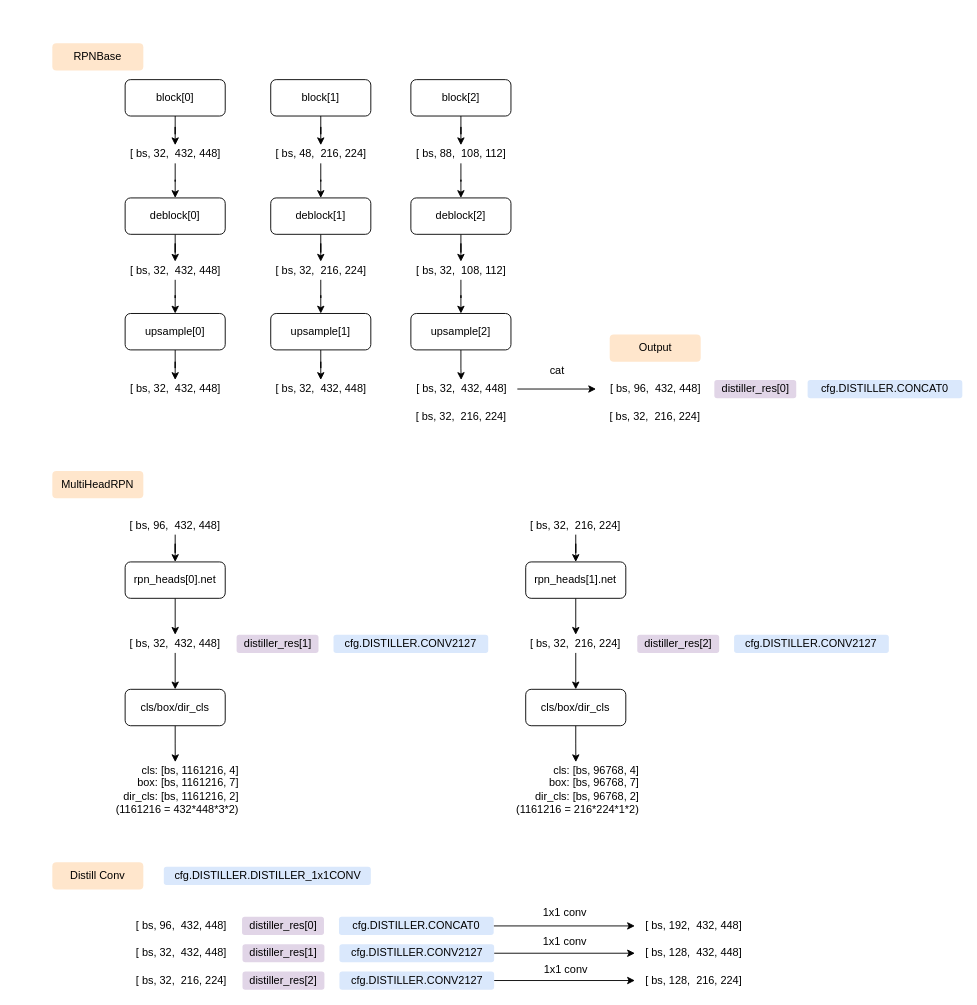
The draw.io diagram rpnbase_fpnv2.drawio in wennieWN/UML, before the edit. Source tidied: cells renumbered, new cells numbered last; positions are measured from the earlier drawing's top-left corner, leaving out a move shared by most shapes. Both pictures are drawn from the tidied source at 91%, with x=0, y=0 at pixel (52, 43).
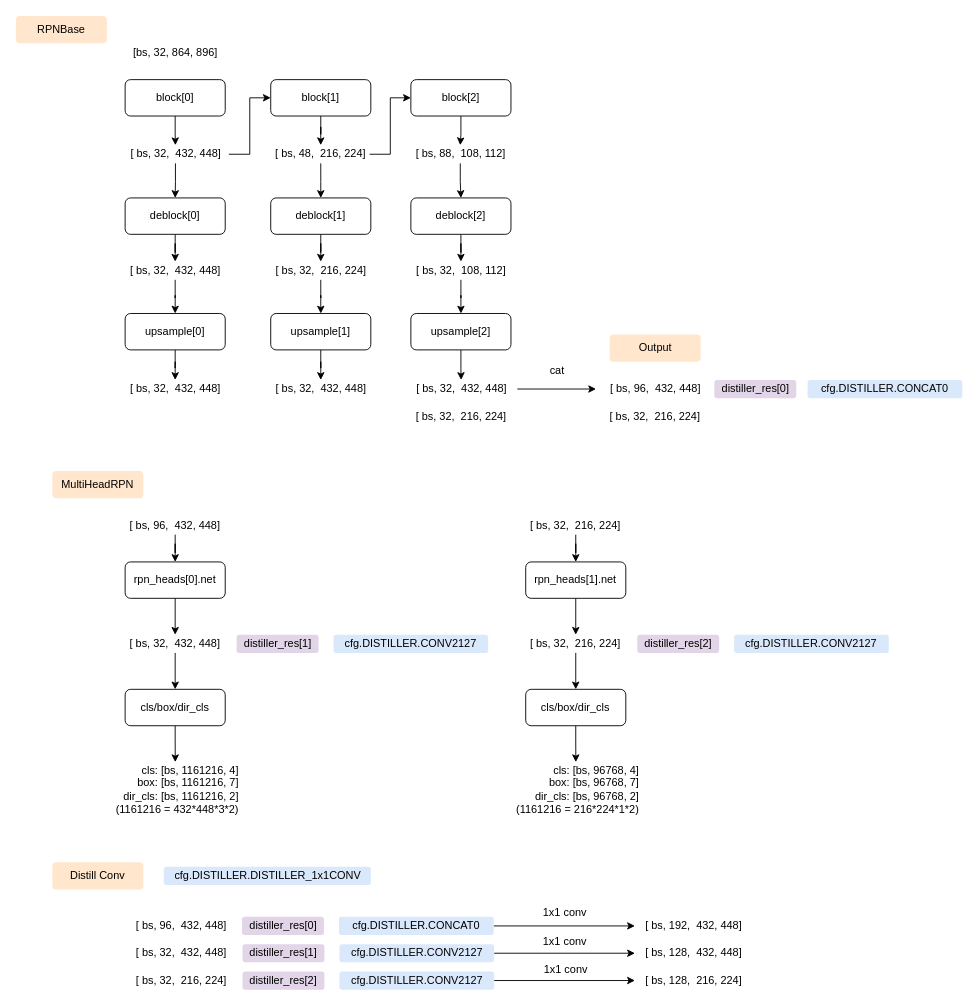
The same diagram, later.

Unchanged cells that the change refers to:
```xml
<mxCell id="5" value="block[1]" style="rounded=1;whiteSpace=wrap;html=1;" parent="1" vertex="1">
  <mxGeometry x="240" y="40" width="110" height="40" as="geometry" />
</mxCell>
<mxCell id="7" value="block[2]" style="rounded=1;whiteSpace=wrap;html=1;" parent="1" vertex="1">
  <mxGeometry x="394" y="40" width="110" height="40" as="geometry" />
</mxCell>
```

Change to the diagram source:
```diff
@@
+    <mxCell id="87" style="edgeStyle=orthogonalEdgeStyle;rounded=0;jettySize=auto;html=1;entryX=0;entryY=0.5;entryDx=0;entryDy=0;" parent="1" edge="1" source="9" target="5">
+      <mxGeometry relative="1" as="geometry" />
+    </mxCell>
     <mxCell id="9" value="[ bs, 32,&amp;nbsp; 432, 448]" style="text;html=1;strokeColor=none;fillColor=none;align=center;verticalAlign=middle;whiteSpace=wrap;rounded=0;" parent="1" vertex="1">
-      <mxGeometry x="42.5" y="112" width="185" height="20" as="geometry" />
+      <mxGeometry x="76.5" y="112" width="117.5" height="20" as="geometry" />
     </mxCell>
@@
+    <mxCell id="88" style="edgeStyle=orthogonalEdgeStyle;rounded=0;jettySize=auto;html=1;entryX=0;entryY=0.5;entryDx=0;entryDy=0;" parent="1" edge="1" source="11" target="7">
+      <mxGeometry relative="1" as="geometry" />
+    </mxCell>
     <mxCell id="11" value="[ bs, 48,&amp;nbsp; 216, 224]" style="text;html=1;strokeColor=none;fillColor=none;align=center;verticalAlign=middle;whiteSpace=wrap;rounded=0;" parent="1" vertex="1">
-      <mxGeometry x="202.5" y="112" width="185" height="20" as="geometry" />
+      <mxGeometry x="241.2" y="112" width="107.5" height="20" as="geometry" />
     </mxCell>
@@
     <mxCell id="13" value="[ bs, 88,&amp;nbsp; 108, 112]" style="text;html=1;strokeColor=none;fillColor=none;align=center;verticalAlign=middle;whiteSpace=wrap;rounded=0;" parent="1" vertex="1">
-      <mxGeometry x="356.5" y="112" width="185" height="20" as="geometry" />
+      <mxGeometry x="392.5" y="112" width="111.5" height="20" as="geometry" />
     </mxCell>
@@
     <mxCell id="40" value="RPNBase" style="rounded=1;whiteSpace=wrap;html=1;fillColor=#ffe6cc;strokeColor=none;" parent="1" vertex="1">
-      <mxGeometry width="100" height="30" as="geometry" />
+      <mxGeometry x="-40" y="-30" width="100" height="30" as="geometry" />
     </mxCell>
@@
+    <mxCell id="89" value="[bs, 32, 864, 896]" style="text;html=1;strokeColor=none;fillColor=none;align=center;verticalAlign=middle;whiteSpace=wrap;rounded=0;" parent="1" vertex="1">
+      <mxGeometry x="42.5" width="185" height="20" as="geometry" />
+    </mxCell>
```
